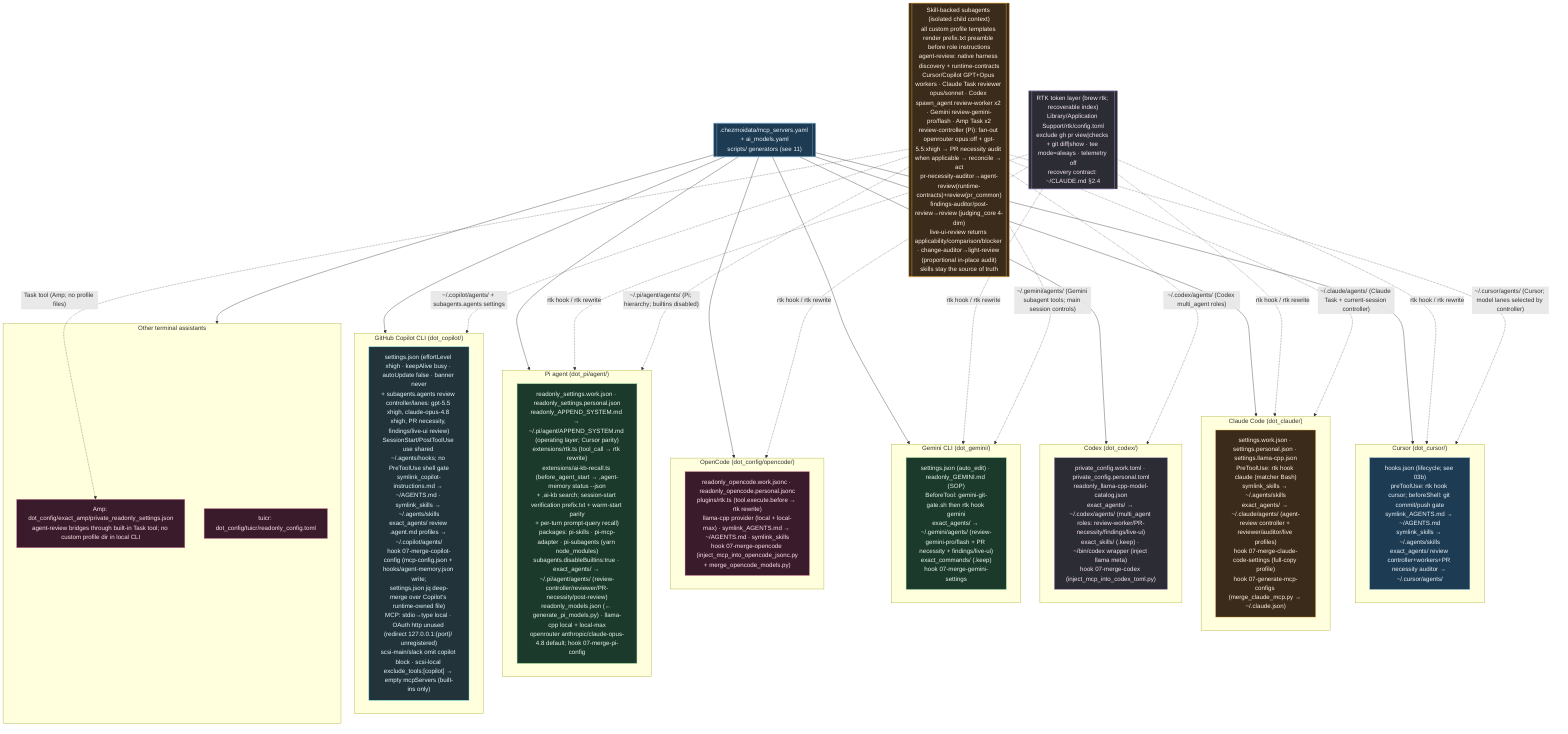
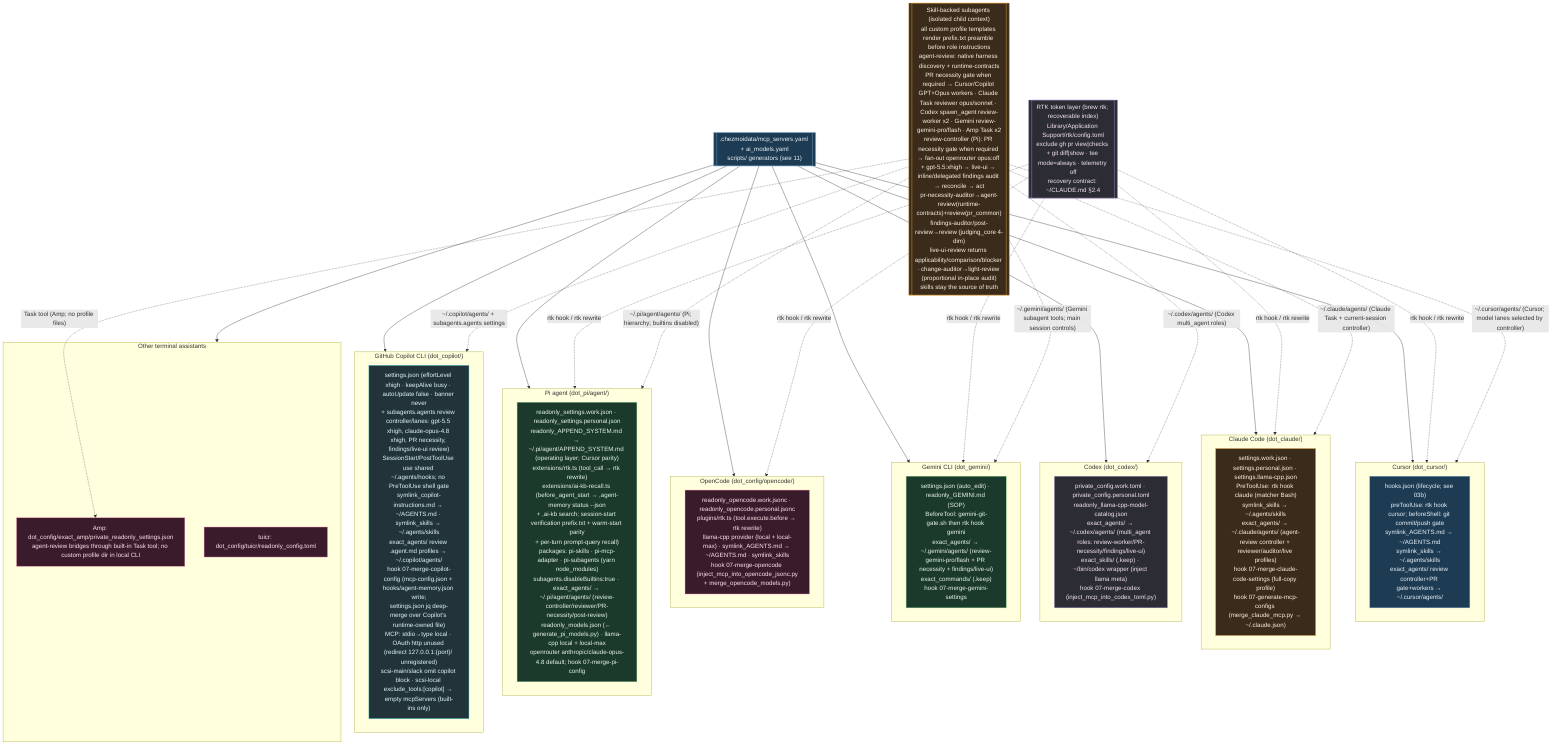
%% ============================================================================
%% 12-ai-tool-configs.mmd — Every per-tool AI config file in home/.
%% Pattern: source carries .work + .personal variants; a 07-merge-* hook picks
%% by isWork and merges generated MCP/model blocks into the live config.
%% ============================================================================
flowchart TB
    classDef cursor fill:#1d3b53,stroke:#7fb3d5,color:#eaf2f8;
    classDef claude fill:#3a2b1b,stroke:#ffb74d,color:#fff3e0;
    classDef codex fill:#2c2c34,stroke:#b39ddb,color:#f3e5f5;
    classDef gem fill:#1b3a2b,stroke:#81c784,color:#e8f5e9;
    classDef oc fill:#3a1b2b,stroke:#f48fb1,color:#fce4ec;
    classDef cop fill:#22343a,stroke:#4dd0e1,color:#e0f7fa;

    subgraph CURSOR["Cursor (dot_cursor/)"]
-         CU["hooks.json (lifecycle; see 03b)<br/>preToolUse: rtk hook cursor; beforeShell: git commit/push gate<br/>symlink_AGENTS.md → ~/AGENTS.md<br/>symlink_skills → ~/.agents/skills<br/>exact_agents/ review controller+workers+PR necessity auditor → ~/.cursor/agents/"]:::cursor
+         CU["hooks.json (lifecycle; see 03b)<br/>preToolUse: rtk hook cursor; beforeShell: git commit/push gate<br/>symlink_AGENTS.md → ~/AGENTS.md<br/>symlink_skills → ~/.agents/skills<br/>exact_agents/ review controller+PR gate+workers → ~/.cursor/agents/"]:::cursor
    end

    subgraph CLAUDE["Claude Code (dot_claude/)"]
        CLD["settings.work.json · settings.personal.json · settings.llama-cpp.json<br/>PreToolUse: rtk hook claude (matcher Bash)<br/>symlink_skills → ~/.agents/skills<br/>exact_agents/ → ~/.claude/agents/ (agent-review controller + reviewer/auditor/live profiles)<br/>hook 07-merge-claude-code-settings (full-copy profile)<br/>hook 07-generate-mcp-configs (merge_claude_mcp.py → ~/.claude.json)"]:::claude
    end

    subgraph CODEX["Codex (dot_codex/)"]
        CDX["private_config.work.toml · private_config.personal.toml<br/>readonly_llama-cpp-model-catalog.json<br/>exact_agents/ → ~/.codex/agents/ (multi_agent roles: review-worker/PR-necessity/findings/live-ui)<br/>exact_skills/ (.keep) · ~/bin/codex wrapper (inject llama meta)<br/>hook 07-merge-codex (inject_mcp_into_codex_toml.py)"]:::codex
    end

    subgraph GEMINI["Gemini CLI (dot_gemini/)"]
        GMN["settings.json (auto_edit) · readonly_GEMINI.md (SOP)<br/>BeforeTool: gemini-git-gate.sh then rtk hook gemini<br/>exact_agents/ → ~/.gemini/agents/ (review-gemini-pro/flash + PR necessity + findings/live-ui)<br/>exact_commands/ (.keep)<br/>hook 07-merge-gemini-settings"]:::gem
    end

    subgraph OPENCODE["OpenCode (dot_config/opencode/)"]
        OPC["readonly_opencode.work.jsonc · readonly_opencode.personal.jsonc<br/>plugins/rtk.ts (tool.execute.before → rtk rewrite)<br/>llama-cpp provider (local + local-max) · symlink_AGENTS.md → ~/AGENTS.md · symlink_skills<br/>hook 07-merge-opencode (inject_mcp_into_opencode_jsonc.py<br/>+ merge_opencode_models.py)"]:::oc
    end

    subgraph PI["Pi agent (dot_pi/agent/)"]
        PIA["readonly_settings.work.json · readonly_settings.personal.json<br/>readonly_APPEND_SYSTEM.md → ~/.pi/agent/APPEND_SYSTEM.md (operating layer; Cursor parity)<br/>extensions/rtk.ts (tool_call → rtk rewrite)<br/>extensions/ai-kb-recall.ts (before_agent_start → ,agent-memory status --json<br/>+ ,ai-kb search; session-start verification prefix.txt + warm-start parity<br/>+ per-turn prompt-query recall)<br/>packages: pi-skills · pi-mcp-adapter · pi-subagents (yarn node_modules)<br/>subagents.disableBuiltins:true · exact_agents/ → ~/.pi/agent/agents/ (review-controller/reviewer/PR-necessity/post-review)<br/>readonly_models.json (← generate_pi_models.py) · llama-cpp local + local-max<br/>openrouter anthropic/claude-opus-4.8 default; hook 07-merge-pi-config"]:::gem
    end

    subgraph COPILOT["GitHub Copilot CLI (dot_copilot/)"]
        COP["settings.json (effortLevel xhigh · keepAlive busy · autoUpdate false · banner never<br/>+ subagents.agents review controller/lanes: gpt-5.5 xhigh, claude-opus-4.8 xhigh, PR necessity, findings/live-ui review)<br/>SessionStart/PostToolUse use shared ~/.agents/hooks; no PreToolUse shell gate<br/>symlink_copilot-instructions.md → ~/AGENTS.md · symlink_skills → ~/.agents/skills<br/>exact_agents/ review .agent.md profiles → ~/.copilot/agents/<br/>hook 07-merge-copilot-config (mcp-config.json + hooks/agent-memory.json write;<br/>settings.json jq deep-merge over Copilot's runtime-owned file)<br/>MCP: stdio→type local · OAuth http unused (redirect 127.0.0.1:{port}/ unregistered)<br/>scsi-main/slack omit copilot block · scsi-local exclude_tools:[copilot] → empty mcpServers (built-ins only)"]:::cop
    end

    subgraph OTHER["Other terminal assistants"]
        AMP["Amp: dot_config/exact_amp/private_readonly_settings.json<br/>agent-review bridges through built-in Task tool; no custom profile dir in local CLI"]:::oc
        TUI["tuicr: dot_config/tuicr/readonly_config.toml"]:::oc
    end

    REG[[".chezmoidata/mcp_servers.yaml + ai_models.yaml<br/>scripts/ generators (see 11)"]]:::cursor
    REG --> CURSOR & CLAUDE & CODEX & GEMINI & OPENCODE & PI & COPILOT & OTHER

    RTK[["RTK token layer (brew rtk; recoverable index)<br/>Library/Application Support/rtk/config.toml<br/>exclude gh pr view|checks + git diff|show · tee mode=always · telemetry off<br/>recovery contract: ~/CLAUDE.md §2.4"]]:::codex
    RTK -.->|"rtk hook / rtk rewrite"| CURSOR & CLAUDE & GEMINI & OPENCODE & PI

-     SUBA[["Skill-backed subagents (isolated child context)<br/>all custom profile templates render prefix.txt preamble before role instructions<br/>agent-review: native harness discovery + runtime-contracts<br/>Cursor/Copilot GPT+Opus workers · Claude Task reviewer opus/sonnet · Codex spawn_agent review-worker x2 · Gemini review-gemini-pro/flash · Amp Task x2<br/>review-controller (Pi): fan-out openrouter opus:off + gpt-5.5:xhigh → PR necessity audit when applicable → reconcile → act<br/>pr-necessity-auditor→agent-review(runtime-contracts)+review(pr_common)<br/>findings-auditor/post-review→review (judging_core 4-dim)<br/>live-ui-review returns applicability/comparison/blocker · change-auditor→light-review (proportional in-place audit)<br/>skills stay the source of truth"]]:::claude
+     SUBA[["Skill-backed subagents (isolated child context)<br/>all custom profile templates render prefix.txt preamble before role instructions<br/>agent-review: native harness discovery + runtime-contracts<br/>PR necessity gate when required → Cursor/Copilot GPT+Opus workers · Claude Task reviewer opus/sonnet · Codex spawn_agent review-worker x2 · Gemini review-gemini-pro/flash · Amp Task x2<br/>review-controller (Pi): PR necessity gate when required → fan-out openrouter opus:off + gpt-5.5:xhigh → live-ui → inline/delegated findings audit → reconcile → act<br/>pr-necessity-auditor→agent-review(runtime-contracts)+review(pr_common)<br/>findings-auditor/post-review→review (judging_core 4-dim)<br/>live-ui-review returns applicability/comparison/blocker · change-auditor→light-review (proportional in-place audit)<br/>skills stay the source of truth"]]:::claude
    SUBA -.->|"~/.cursor/agents/ (Cursor; model lanes selected by controller)"| CURSOR
    SUBA -.->|"~/.copilot/agents/ + subagents.agents settings"| COPILOT
    SUBA -.->|"~/.claude/agents/ (Claude Task + current-session controller)"| CLAUDE
    SUBA -.->|"~/.codex/agents/ (Codex multi_agent roles)"| CODEX
    SUBA -.->|"~/.gemini/agents/ (Gemini subagent tools; main session controls)"| GEMINI
    SUBA -.->|"Task tool (Amp; no profile files)"| AMP
    SUBA -.->|"~/.pi/agent/agents/ (Pi; hierarchy; builtins disabled)"| PI
